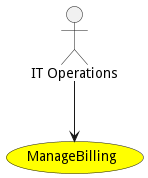
Above: docs/edgemere/sml/cb/usecases/managebilling/Activities.png in madajaju/edgemere (PlantUML), before the change. Its diagram source:
```plantuml
@startuml


usecase "ManageBilling" as ManageBilling #yellow

Actor "IT Operations" as ITOperations

ITOperations --> ManageBilling











@enduml
```
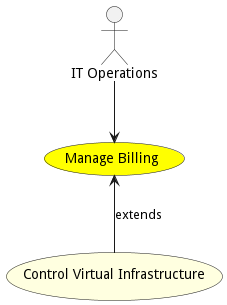
Above is the later version.

Change to the diagram source:
```diff
@@ -1,7 +1,7 @@
 @startuml
 
 
-usecase "ManageBilling" as ManageBilling #yellow
+usecase "Manage Billing" as ManageBilling #yellow
 
 Actor "IT Operations" as ITOperations
 
@@ -11,6 +11,10 @@
 
 
 
+usecase "Control Virtual Infrastructure" as ControlVirtualInfrastructure #lightyellow
+
+ManageBilling <-- ControlVirtualInfrastructure : extends
+
 
 
 
```
